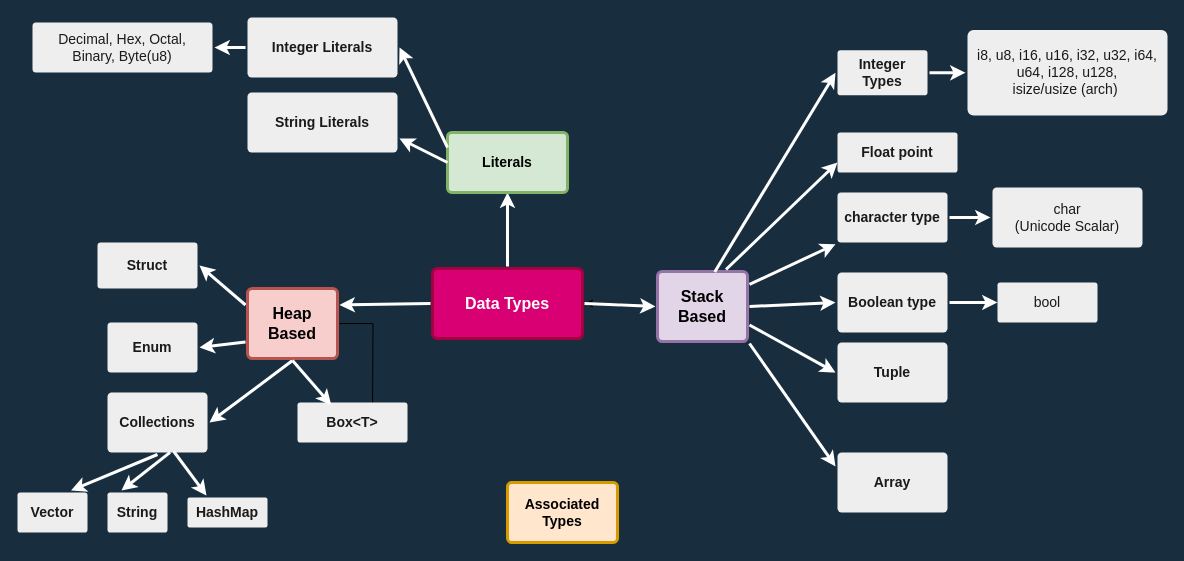
This is page "Data Types" (1 of 3) of datatypes.drawio from gftea/rust_lang_notes, a draw.io file, before an edit. Source tidied: cells renumbered, new cells numbered last; positions are measured from the earlier drawing's top-left corner, leaving out a move shared by most shapes. Both pictures are drawn from the tidied source at 100%, with x=0, y=0 at pixel (17, 17).
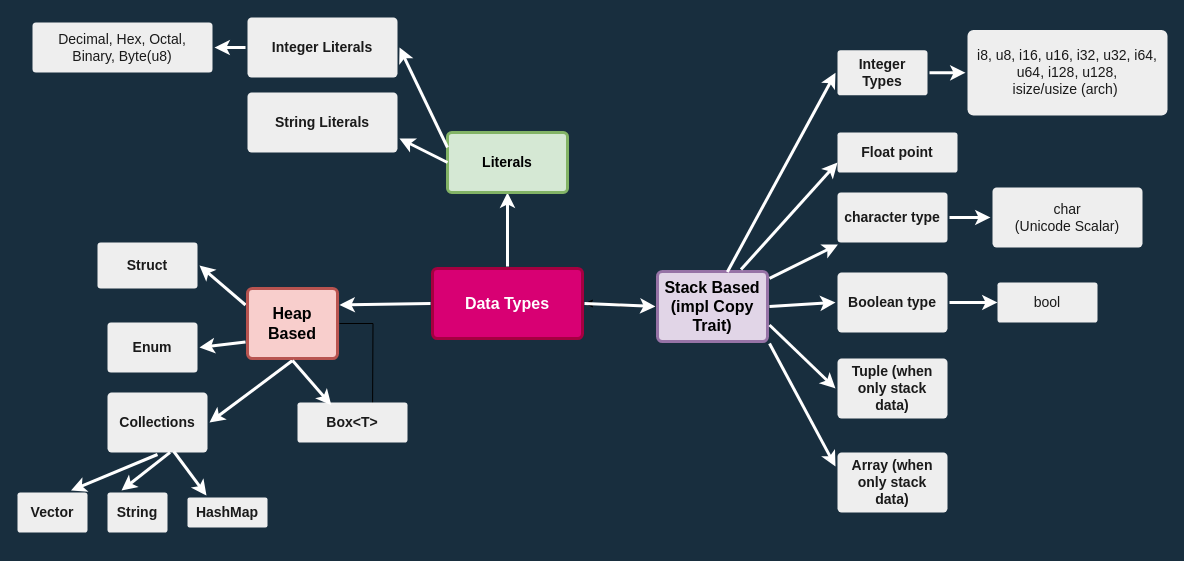
The same page after the edit.

What changed in the source:
```diff
@@
-    <mxCell id="7" value="Stack Based" style="rounded=1;whiteSpace=wrap;html=1;shadow=0;labelBackgroundColor=none;strokeColor=#9673a6;strokeWidth=3;fillColor=#e1d5e7;fontFamily=Helvetica;fontSize=16;align=center;fontStyle=1;spacing=5;arcSize=7;perimeterSpacing=2;" parent="1" vertex="1">
-      <mxGeometry x="640" y="254" width="90" height="70" as="geometry" />
+    <mxCell id="7" value="Stack Based (impl Copy Trait)" style="rounded=1;whiteSpace=wrap;html=1;shadow=0;labelBackgroundColor=none;strokeColor=#9673a6;strokeWidth=3;fillColor=#e1d5e7;fontFamily=Helvetica;fontSize=16;align=center;fontStyle=1;spacing=5;arcSize=7;perimeterSpacing=2;" parent="1" vertex="1">
+      <mxGeometry x="640" y="254" width="110" height="70" as="geometry" />
     </mxCell>
@@
-    <mxCell id="23" value="Tuple" style="rounded=1;whiteSpace=wrap;html=1;shadow=0;labelBackgroundColor=none;strokeColor=none;strokeWidth=3;fillColor=#EEEEEE;fontFamily=Helvetica;fontSize=14;fontColor=#1A1A1A;align=center;spacing=5;fontStyle=1;arcSize=7;perimeterSpacing=2;" parent="1" vertex="1">
-      <mxGeometry x="820" y="325" width="110" height="60" as="geometry" />
+    <mxCell id="23" value="Tuple (when only stack data)" style="rounded=1;whiteSpace=wrap;html=1;shadow=0;labelBackgroundColor=none;strokeColor=none;strokeWidth=3;fillColor=#EEEEEE;fontFamily=Helvetica;fontSize=14;fontColor=#1A1A1A;align=center;spacing=5;fontStyle=1;arcSize=7;perimeterSpacing=2;" parent="1" vertex="1">
+      <mxGeometry x="820" y="341" width="110" height="60" as="geometry" />
     </mxCell>
-    <mxCell id="24" value="Array" style="rounded=1;whiteSpace=wrap;html=1;shadow=0;labelBackgroundColor=none;strokeColor=none;strokeWidth=3;fillColor=#EEEEEE;fontFamily=Helvetica;fontSize=14;fontColor=#1A1A1A;align=center;spacing=5;fontStyle=1;arcSize=7;perimeterSpacing=2;" parent="1" vertex="1">
+    <mxCell id="24" value="Array (when only stack data)" style="rounded=1;whiteSpace=wrap;html=1;shadow=0;labelBackgroundColor=none;strokeColor=none;strokeWidth=3;fillColor=#EEEEEE;fontFamily=Helvetica;fontSize=14;fontColor=#1A1A1A;align=center;spacing=5;fontStyle=1;arcSize=7;perimeterSpacing=2;" parent="1" vertex="1">
       <mxGeometry x="820" y="435" width="110" height="60" as="geometry" />
     </mxCell>
@@
-    <mxCell id="49" value="Associated Types" style="rounded=1;whiteSpace=wrap;html=1;shadow=0;labelBackgroundColor=none;strokeColor=#d79b00;strokeWidth=3;fillColor=#ffe6cc;fontFamily=Helvetica;fontSize=14;align=center;spacing=5;fontStyle=1;arcSize=7;perimeterSpacing=2;" parent="1" vertex="1">
-      <mxGeometry x="490" y="465" width="110" height="60" as="geometry" />
-    </mxCell>
```
